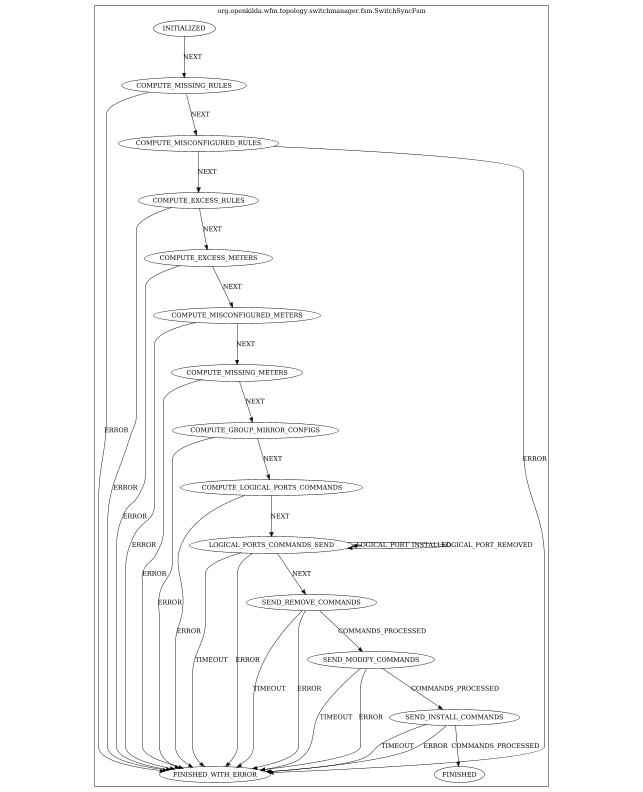
This is docs/design/hub-and-spoke/switch-sync/switch-sync-fsm.png from telstra/open-kilda, a Graphviz export, as it was before one commit. Its source is kept beside it as docs/design/hub-and-spoke/switch-sync/switch-sync-fsm.dot.
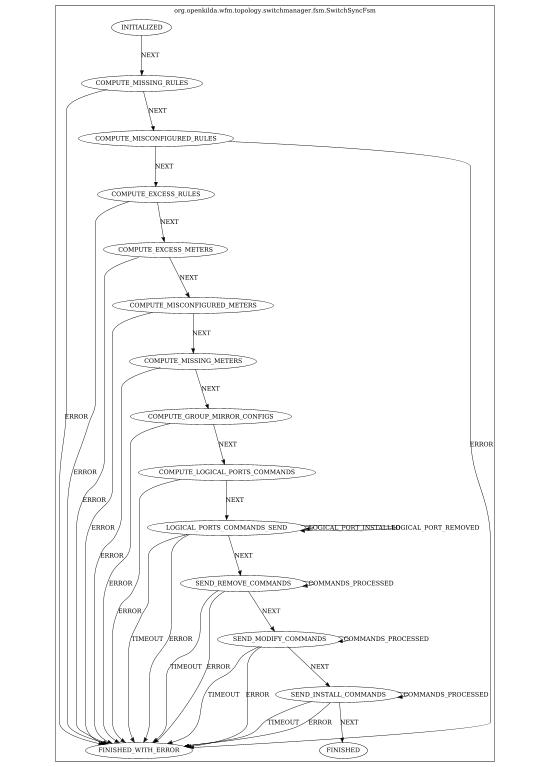
After the change.

Change to the diagram source:
```diff
@@ -24,7 +24,8 @@
 COMPUTE_MISCONFIGURED_RULES -> COMPUTE_EXCESS_RULES [ label="NEXT"];
 SEND_REMOVE_COMMANDS -> FINISHED_WITH_ERROR [ label="TIMEOUT"];
 SEND_REMOVE_COMMANDS -> FINISHED_WITH_ERROR [ label="ERROR"];
-SEND_REMOVE_COMMANDS -> SEND_MODIFY_COMMANDS [ label="COMMANDS_PROCESSED"];
+SEND_REMOVE_COMMANDS -> SEND_REMOVE_COMMANDS [ label="COMMANDS_PROCESSED"];
+SEND_REMOVE_COMMANDS -> SEND_MODIFY_COMMANDS [ label="NEXT"];
 INITIALIZED -> COMPUTE_MISSING_RULES [ label="NEXT"];
 COMPUTE_LOGICAL_PORTS_COMMANDS -> FINISHED_WITH_ERROR [ label="ERROR"];
 COMPUTE_LOGICAL_PORTS_COMMANDS -> LOGICAL_PORTS_COMMANDS_SEND [ label="NEXT"];
@@ -35,7 +36,8 @@
 LOGICAL_PORTS_COMMANDS_SEND -> SEND_REMOVE_COMMANDS [ label="NEXT"];
 SEND_INSTALL_COMMANDS -> FINISHED_WITH_ERROR [ label="TIMEOUT"];
 SEND_INSTALL_COMMANDS -> FINISHED_WITH_ERROR [ label="ERROR"];
-SEND_INSTALL_COMMANDS -> FINISHED [ label="COMMANDS_PROCESSED"];
+SEND_INSTALL_COMMANDS -> SEND_INSTALL_COMMANDS [ label="COMMANDS_PROCESSED"];
+SEND_INSTALL_COMMANDS -> FINISHED [ label="NEXT"];
 COMPUTE_MISSING_RULES -> FINISHED_WITH_ERROR [ label="ERROR"];
 COMPUTE_MISSING_RULES -> COMPUTE_MISCONFIGURED_RULES [ label="NEXT"];
 COMPUTE_EXCESS_METERS -> FINISHED_WITH_ERROR [ label="ERROR"];
@@ -48,4 +50,5 @@
 COMPUTE_GROUP_MIRROR_CONFIGS -> COMPUTE_LOGICAL_PORTS_COMMANDS [ label="NEXT"];
 SEND_MODIFY_COMMANDS -> FINISHED_WITH_ERROR [ label="TIMEOUT"];
 SEND_MODIFY_COMMANDS -> FINISHED_WITH_ERROR [ label="ERROR"];
-SEND_MODIFY_COMMANDS -> SEND_INSTALL_COMMANDS [ label="COMMANDS_PROCESSED"];}}
+SEND_MODIFY_COMMANDS -> SEND_MODIFY_COMMANDS [ label="COMMANDS_PROCESSED"];
+SEND_MODIFY_COMMANDS -> SEND_INSTALL_COMMANDS [ label="NEXT"];}}
```
